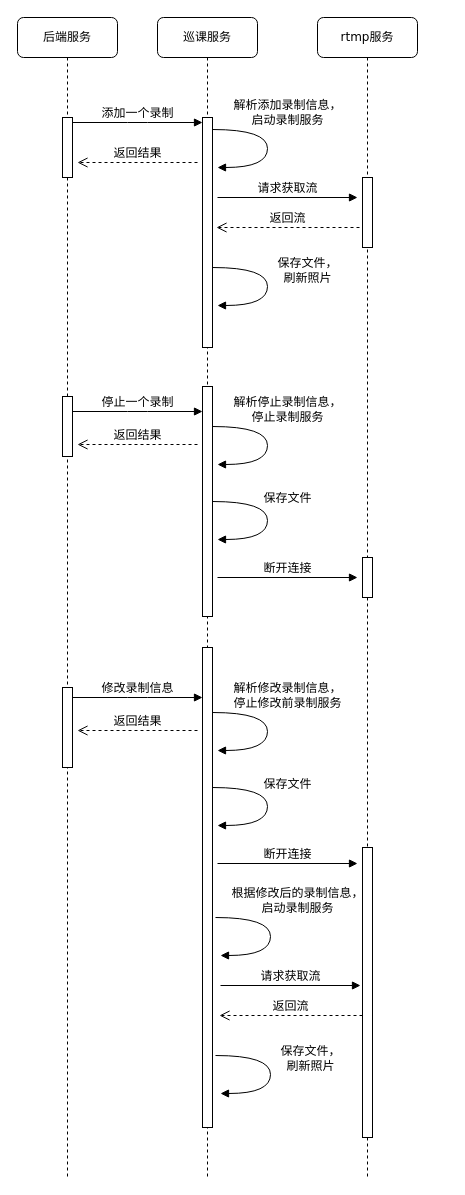
Before: 录制信息更新操作.drawio in huangPeiLc/drawio, a draw.io diagram. Source tidied: cells renumbered, new cells numbered last; positions are measured from the earlier drawing's top-left corner, leaving out a move shared by most shapes. Both pictures are drawn from the tidied source at 100%, with x=0, y=0 at pixel (17, 17).
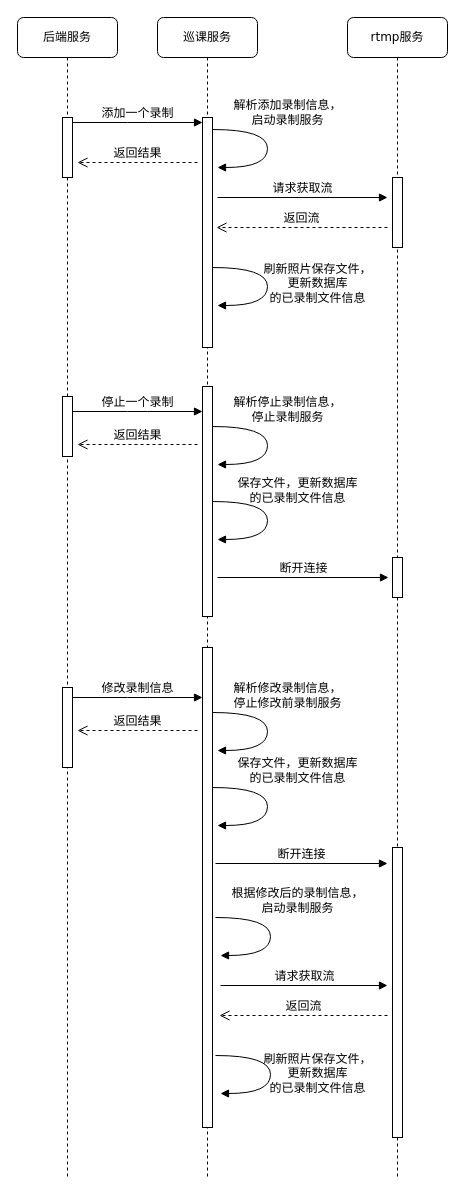
The same page after the edit.

Commit message:
Update 录制信息更新操作.drawio

The change refers to these unchanged cells:
```xml
<mxCell id="8" style="html=1;points=[];perimeter=orthogonalPerimeter;rounded=0;shadow=0;comic=0;labelBackgroundColor=none;strokeColor=#000000;strokeWidth=1;fillColor=#FFFFFF;fontFamily=Verdana;fontSize=12;fontColor=#000000;align=center;" parent="6" vertex="1">
  <mxGeometry x="45" y="540" width="10" height="40" as="geometry" />
</mxCell>
```

What changed in the source:
```diff
@@
     <mxCell id="6" value="rtmp服务" style="shape=umlLifeline;perimeter=lifelinePerimeter;whiteSpace=wrap;html=1;rounded=1;shadow=0;comic=0;labelBackgroundColor=none;strokeColor=#000000;strokeWidth=1;fillColor=#FFFFFF;fontFamily=Verdana;fontSize=12;fontColor=#000000;align=center;" parent="1" vertex="1">
-      <mxGeometry x="300" width="100" height="1160" as="geometry" />
+      <mxGeometry x="330" width="100" height="1160" as="geometry" />
     </mxCell>
@@
     <mxCell id="16" value="请求获取流" style="html=1;verticalAlign=bottom;endArrow=block;labelBackgroundColor=none;fontFamily=Verdana;fontSize=12;" parent="1" edge="1">
       <mxGeometry relative="1" as="geometry">
         <mxPoint x="200" y="180" as="sourcePoint" />
-        <mxPoint x="340" y="180" as="targetPoint" />
+        <mxPoint x="370" y="180" as="targetPoint" />
       </mxGeometry>
     </mxCell>
     <mxCell id="17" value="返回流" style="html=1;verticalAlign=bottom;endArrow=open;dashed=1;endSize=8;labelBackgroundColor=none;fontFamily=Verdana;fontSize=12;" parent="1" edge="1">
       <mxGeometry relative="1" as="geometry">
-        <mxPoint x="342" y="210" as="sourcePoint" />
+        <mxPoint x="370" y="210" as="sourcePoint" />
         <mxPoint x="199" y="210" as="targetPoint" />
       </mxGeometry>
     </mxCell>
-    <mxCell id="18" value="&lt;div&gt;保存文件，&lt;/div&gt;&lt;div&gt;刷新照片&lt;/div&gt;" style="html=1;verticalAlign=bottom;endArrow=block;labelBackgroundColor=none;fontFamily=Verdana;fontSize=12;elbow=vertical;edgeStyle=orthogonalEdgeStyle;curved=1;entryX=1;entryY=0.286;entryPerimeter=0;exitX=1.038;exitY=0.345;exitPerimeter=0;" parent="1" edge="1">
-      <mxGeometry x="0.3" y="-44" relative="1" as="geometry">
+    <mxCell id="18" value="&lt;br&gt;&lt;div&gt;刷新照片保存文件，&lt;/div&gt;&lt;div&gt;更新数据库&lt;div&gt;的已录制文件信息&lt;/div&gt;&lt;/div&gt;" style="html=1;verticalAlign=bottom;endArrow=block;labelBackgroundColor=none;fontFamily=Verdana;fontSize=12;elbow=vertical;edgeStyle=orthogonalEdgeStyle;curved=1;entryX=1;entryY=0.286;entryPerimeter=0;exitX=1.038;exitY=0.345;exitPerimeter=0;" parent="1" edge="1">
+      <mxGeometry x="0.3" y="50" relative="1" as="geometry">
         <mxPoint x="195" y="250" as="sourcePoint" />
         <mxPoint x="200" y="288" as="targetPoint" />
         <Array as="points">
           <mxPoint x="250" y="250" />
           <mxPoint x="250" y="288" />
         </Array>
-        <mxPoint x="40" y="26" as="offset" />
+        <mxPoint x="50" y="-48" as="offset" />
       </mxGeometry>
     </mxCell>
@@
-    <mxCell id="23" value="&lt;div&gt;保存文件&lt;/div&gt;" style="html=1;verticalAlign=bottom;endArrow=block;labelBackgroundColor=none;fontFamily=Verdana;fontSize=12;elbow=vertical;edgeStyle=orthogonalEdgeStyle;curved=1;entryX=1;entryY=0.286;entryPerimeter=0;exitX=1.038;exitY=0.345;exitPerimeter=0;" parent="1" edge="1">
-      <mxGeometry x="-0.23" y="-21" relative="1" as="geometry">
+    <mxCell id="23" value="&lt;div&gt;保存文件，更新数据库&lt;/div&gt;&lt;div&gt;的已录制文件信息&lt;/div&gt;" style="html=1;verticalAlign=bottom;endArrow=block;labelBackgroundColor=none;fontFamily=Verdana;fontSize=12;elbow=vertical;edgeStyle=orthogonalEdgeStyle;curved=1;entryX=1;entryY=0.286;entryPerimeter=0;exitX=1.038;exitY=0.345;exitPerimeter=0;" parent="1" edge="1">
+      <mxGeometry x="-0.23" y="-31" relative="1" as="geometry">
         <mxPoint x="195" y="484" as="sourcePoint" />
         <mxPoint x="200" y="522" as="targetPoint" />
         <Array as="points">
           <mxPoint x="250" y="484" />
           <mxPoint x="250" y="522" />
         </Array>
-        <mxPoint x="41" y="6" as="offset" />
+        <mxPoint x="61" y="6" as="offset" />
       </mxGeometry>
     </mxCell>
-    <mxCell id="24" value="断开连接" style="html=1;verticalAlign=bottom;endArrow=block;labelBackgroundColor=none;fontFamily=Verdana;fontSize=12;" parent="1" edge="1">
+    <mxCell id="24" value="断开连接" style="html=1;verticalAlign=bottom;endArrow=block;labelBackgroundColor=none;fontFamily=Verdana;fontSize=12;entryX=-0.4;entryY=0.5;entryDx=0;entryDy=0;entryPerimeter=0;" parent="1" edge="1" target="8">
       <mxGeometry relative="1" as="geometry">
         <mxPoint x="200" y="560" as="sourcePoint" />
-        <mxPoint x="340" y="560" as="targetPoint" />
       </mxGeometry>
     </mxCell>
@@
-    <mxCell id="28" value="&lt;div&gt;保存文件&lt;/div&gt;" style="html=1;verticalAlign=bottom;endArrow=block;labelBackgroundColor=none;fontFamily=Verdana;fontSize=12;elbow=vertical;edgeStyle=orthogonalEdgeStyle;curved=1;entryX=1;entryY=0.286;entryPerimeter=0;exitX=1.038;exitY=0.345;exitPerimeter=0;" parent="1" edge="1">
-      <mxGeometry x="-0.23" y="-21" relative="1" as="geometry">
+    <mxCell id="28" value="&lt;div&gt;保存文件，更新数据库&lt;div&gt;的已录制文件信息&lt;/div&gt;&lt;/div&gt;" style="html=1;verticalAlign=bottom;endArrow=block;labelBackgroundColor=none;fontFamily=Verdana;fontSize=12;elbow=vertical;edgeStyle=orthogonalEdgeStyle;curved=1;entryX=1;entryY=0.286;entryPerimeter=0;exitX=1.038;exitY=0.345;exitPerimeter=0;" parent="1" edge="1">
+      <mxGeometry x="-0.23" y="30" relative="1" as="geometry">
         <mxPoint x="195" y="770" as="sourcePoint" />
         <mxPoint x="200" y="808" as="targetPoint" />
         <Array as="points">
           <mxPoint x="250" y="770" />
           <mxPoint x="250" y="808" />
         </Array>
-        <mxPoint x="41" y="6" as="offset" />
       </mxGeometry>
     </mxCell>
     <mxCell id="29" value="断开连接" style="html=1;verticalAlign=bottom;endArrow=block;labelBackgroundColor=none;fontFamily=Verdana;fontSize=12;" parent="1" edge="1">
       <mxGeometry relative="1" as="geometry">
-        <mxPoint x="200" y="846" as="sourcePoint" />
-        <mxPoint x="340" y="846" as="targetPoint" />
+        <mxPoint x="198" y="846" as="sourcePoint" />
+        <mxPoint x="370" y="846" as="targetPoint" />
       </mxGeometry>
     </mxCell>
@@
     <mxCell id="31" value="请求获取流" style="html=1;verticalAlign=bottom;endArrow=block;labelBackgroundColor=none;fontFamily=Verdana;fontSize=12;" parent="1" edge="1">
       <mxGeometry relative="1" as="geometry">
         <mxPoint x="203" y="968" as="sourcePoint" />
-        <mxPoint x="343" y="968" as="targetPoint" />
+        <mxPoint x="370" y="968" as="targetPoint" />
       </mxGeometry>
     </mxCell>
     <mxCell id="32" value="返回流" style="html=1;verticalAlign=bottom;endArrow=open;dashed=1;endSize=8;labelBackgroundColor=none;fontFamily=Verdana;fontSize=12;" parent="1" edge="1">
       <mxGeometry relative="1" as="geometry">
-        <mxPoint x="345" y="998" as="sourcePoint" />
+        <mxPoint x="370" y="998" as="sourcePoint" />
         <mxPoint x="202" y="998" as="targetPoint" />
       </mxGeometry>
     </mxCell>
-    <mxCell id="33" value="&lt;div&gt;保存文件，&lt;/div&gt;&lt;div&gt;刷新照片&lt;/div&gt;" style="html=1;verticalAlign=bottom;endArrow=block;labelBackgroundColor=none;fontFamily=Verdana;fontSize=12;elbow=vertical;edgeStyle=orthogonalEdgeStyle;curved=1;entryX=1;entryY=0.286;entryPerimeter=0;exitX=1.038;exitY=0.345;exitPerimeter=0;" parent="1" edge="1">
-      <mxGeometry x="0.3" y="-44" relative="1" as="geometry">
+    <mxCell id="33" value="&lt;br&gt;&lt;div&gt;刷新照片保存文件，&lt;/div&gt;&lt;div&gt;更新数据库&lt;div&gt;的已录制文件信息&lt;/div&gt;&lt;/div&gt;" style="html=1;verticalAlign=bottom;endArrow=block;labelBackgroundColor=none;fontFamily=Verdana;fontSize=12;elbow=vertical;edgeStyle=orthogonalEdgeStyle;curved=1;entryX=1;entryY=0.286;entryPerimeter=0;exitX=1.038;exitY=0.345;exitPerimeter=0;" parent="1" edge="1">
+      <mxGeometry x="0.3" y="47" relative="1" as="geometry">
         <mxPoint x="198" y="1038" as="sourcePoint" />
         <mxPoint x="203" y="1076" as="targetPoint" />
         <Array as="points">
           <mxPoint x="253" y="1038" />
           <mxPoint x="253" y="1076" />
         </Array>
-        <mxPoint x="40" y="26" as="offset" />
+        <mxPoint x="47" y="-43" as="offset" />
       </mxGeometry>
     </mxCell>
```
